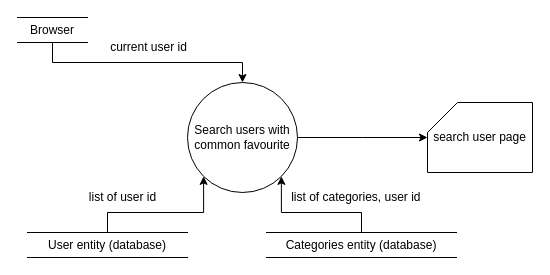
Earlier version of the draw.io diagram DFD/UserRecommendation.drawio (DonaldLamNL/buzzer). Source tidied: cells renumbered, new cells numbered last; positions are measured from the earlier drawing's top-left corner, leaving out a move shared by most shapes. Both pictures are drawn from the tidied source at 100%, with x=0, y=0 at pixel (17, 17).
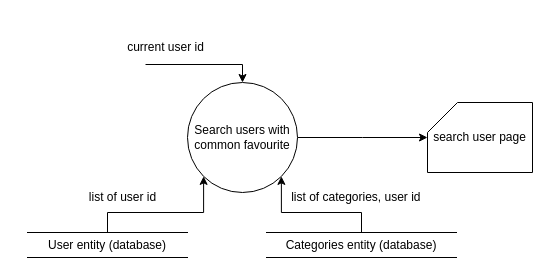
The same diagram, later.

What changed in the source:
```diff
@@
 <mxGraphModel>
   <root>
     <mxCell id="0" />
     <mxCell id="1" parent="0" />
-    <mxCell id="2" style="edgeStyle=orthogonalEdgeStyle;rounded=0;jettySize=auto;html=1;exitX=0.5;exitY=1;exitDx=0;exitDy=0;entryX=0.5;entryY=0;entryDx=0;entryDy=0;" parent="1" edge="1" source="3" target="8">
-      <mxGeometry relative="1" as="geometry" />
+    <mxCell id="2" style="edgeStyle=orthogonalEdgeStyle;rounded=0;jettySize=auto;html=1;exitX=0.295;exitY=1.154;exitDx=0;exitDy=0;entryX=0.5;entryY=0;entryDx=0;entryDy=0;exitPerimeter=0;" parent="1" edge="1" source="6" target="8">
+      <mxGeometry relative="1" as="geometry">
+        <Array as="points">
+          <mxPoint x="225" y="47" />
+        </Array>
+      </mxGeometry>
     </mxCell>
-    <mxCell id="3" value="Browser" style="shape=partialRectangle;whiteSpace=wrap;html=1;left=0;right=0;fillColor=none;rounded=0;strokeColor=default;fontFamily=Helvetica;fontSize=12;fontColor=default;" parent="1" vertex="1">
-      <mxGeometry width="70" height="25" as="geometry" />
-    </mxCell>
     <mxCell id="4" style="edgeStyle=orthogonalEdgeStyle;rounded=0;jettySize=auto;html=1;exitX=0.5;exitY=0;exitDx=0;exitDy=0;entryX=0;entryY=1;entryDx=0;entryDy=0;" parent="1" edge="1" source="5" target="8">
       <mxGeometry relative="1" as="geometry" />
     </mxCell>
     <mxCell id="5" value="User entity (database)" style="shape=partialRectangle;whiteSpace=wrap;html=1;left=0;right=0;fillColor=none;rounded=0;strokeColor=default;fontFamily=Helvetica;fontSize=12;fontColor=default;" parent="1" vertex="1">
       <mxGeometry x="10" y="215" width="160" height="25" as="geometry" />
     </mxCell>
     <mxCell id="6" value="current user id" style="text;html=1;align=center;verticalAlign=middle;points=[];strokeColor=none;fillColor=none;" parent="1" vertex="1">
-      <mxGeometry x="83" y="17" width="95" height="26" as="geometry" />
+      <mxGeometry x="100" y="17" width="95" height="26" as="geometry" />
     </mxCell>
     <mxCell id="7" style="edgeStyle=orthogonalEdgeStyle;rounded=0;jettySize=auto;html=1;exitX=1;exitY=0.5;exitDx=0;exitDy=0;" parent="1" edge="1" source="8">
       <mxGeometry relative="1" as="geometry">
         <mxPoint x="410" y="120" as="targetPoint" />
       </mxGeometry>
     </mxCell>
     <mxCell id="8" value="Search users with common favourite" style="ellipse;whiteSpace=wrap;html=1;" parent="1" vertex="1">
       <mxGeometry x="170" y="65" width="110" height="110" as="geometry" />
     </mxCell>
     <mxCell id="9" value="list of user id" style="text;html=1;align=center;verticalAlign=middle;strokeColor=none;fillColor=none;" parent="1" vertex="1">
       <mxGeometry x="60" y="165" width="90" height="30" as="geometry" />
     </mxCell>
     <mxCell id="10" style="edgeStyle=orthogonalEdgeStyle;rounded=0;jettySize=auto;html=1;exitX=0.5;exitY=0;exitDx=0;exitDy=0;entryX=1;entryY=1;entryDx=0;entryDy=0;" parent="1" edge="1" source="11" target="8">
       <mxGeometry relative="1" as="geometry" />
     </mxCell>
     <mxCell id="11" value="Categories entity (database)" style="shape=partialRectangle;whiteSpace=wrap;html=1;left=0;right=0;fillColor=none;rounded=0;strokeColor=default;fontFamily=Helvetica;fontSize=12;fontColor=default;" parent="1" vertex="1">
       <mxGeometry x="249" y="215" width="190" height="25" as="geometry" />
     </mxCell>
     <mxCell id="12" value="list of categories, user id&amp;nbsp;" style="text;html=1;align=center;verticalAlign=middle;strokeColor=none;fillColor=none;" parent="1" vertex="1">
       <mxGeometry x="260" y="165" width="160" height="30" as="geometry" />
     </mxCell>
     <mxCell id="13" value="search user page" style="shape=card;whiteSpace=wrap;html=1;" parent="1" vertex="1">
       <mxGeometry x="410" y="85" width="105" height="70" as="geometry" />
     </mxCell>
   </root>
 </mxGraphModel>
```
